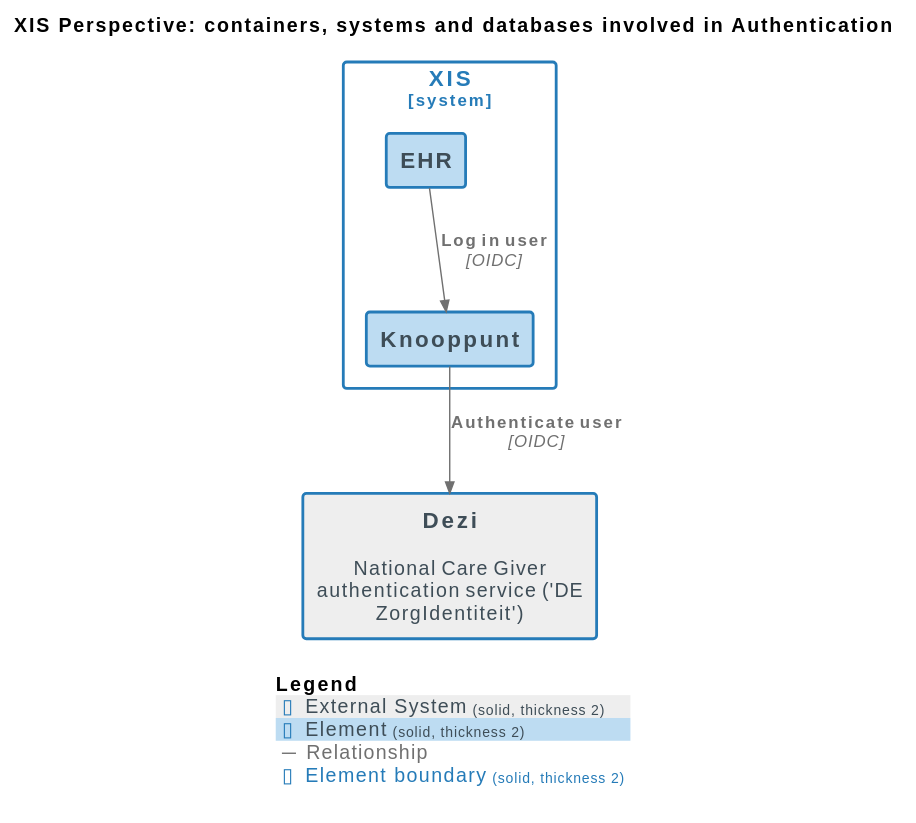
nuts-foundation/nuts-knooppunt keeps this PlantUML diagram as docs/images/structurizr-Authentication_ContainerDiagram.svg. Above is the earlier version.
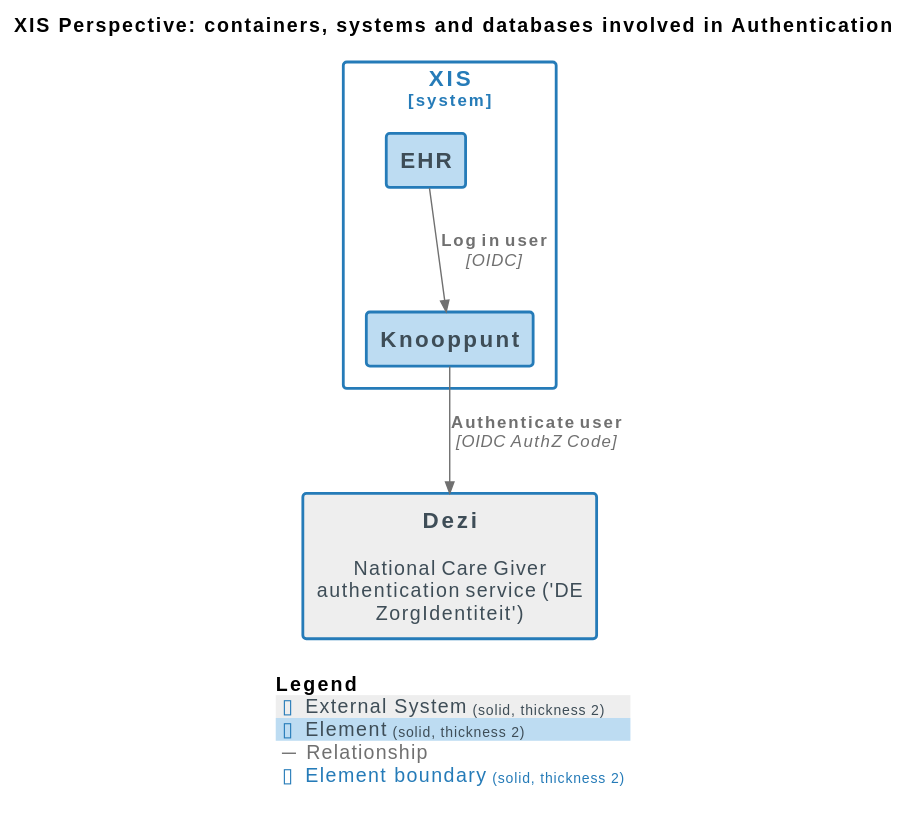
The same diagram one commit later.

What changed in the source:
```diff
@@ -23,7 +23,7 @@
 }
 
 Rel(XIS.EHR, XIS.Knooppunt, "Log in user", $techn="OIDC", $tags="Relationship", $link="")
-Rel(XIS.Knooppunt, Dezi, "Authenticate user", $techn="OIDC", $tags="Relationship", $link="")
+Rel(XIS.Knooppunt, Dezi, "Authenticate user", $techn="OIDC AuthZ Code", $tags="Relationship", $link="")
 
 SHOW_LEGEND(true)
 @enduml
```
